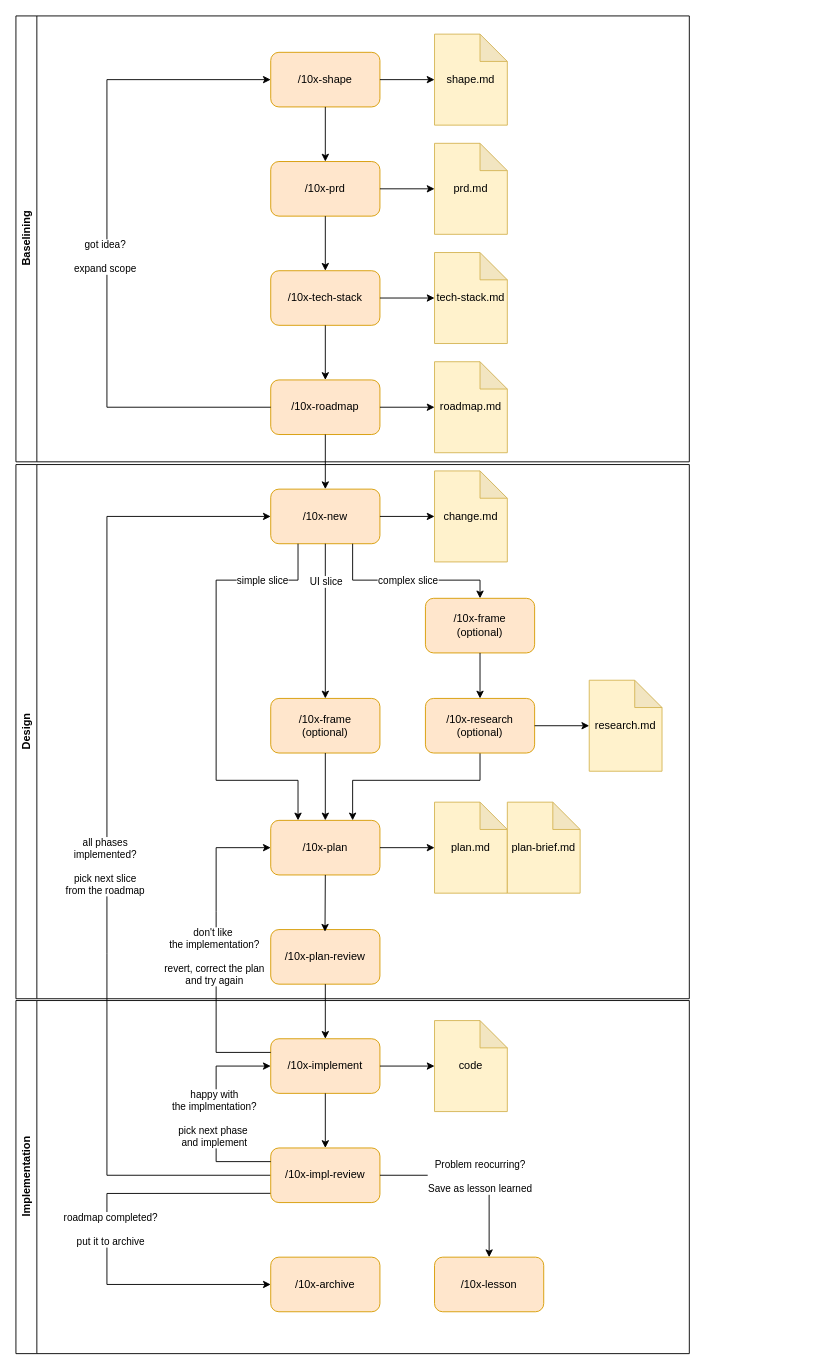
Before: docs/reference/skills flows.drawio in pdrozdowski/MilkyWayTrader, a draw.io diagram. Source tidied: cells renumbered, new cells numbered last; positions are measured from the earlier drawing's top-left corner, leaving out a move shared by most shapes. Both pictures are drawn from the tidied source at 91%, with x=0, y=0 at pixel (15, 15).
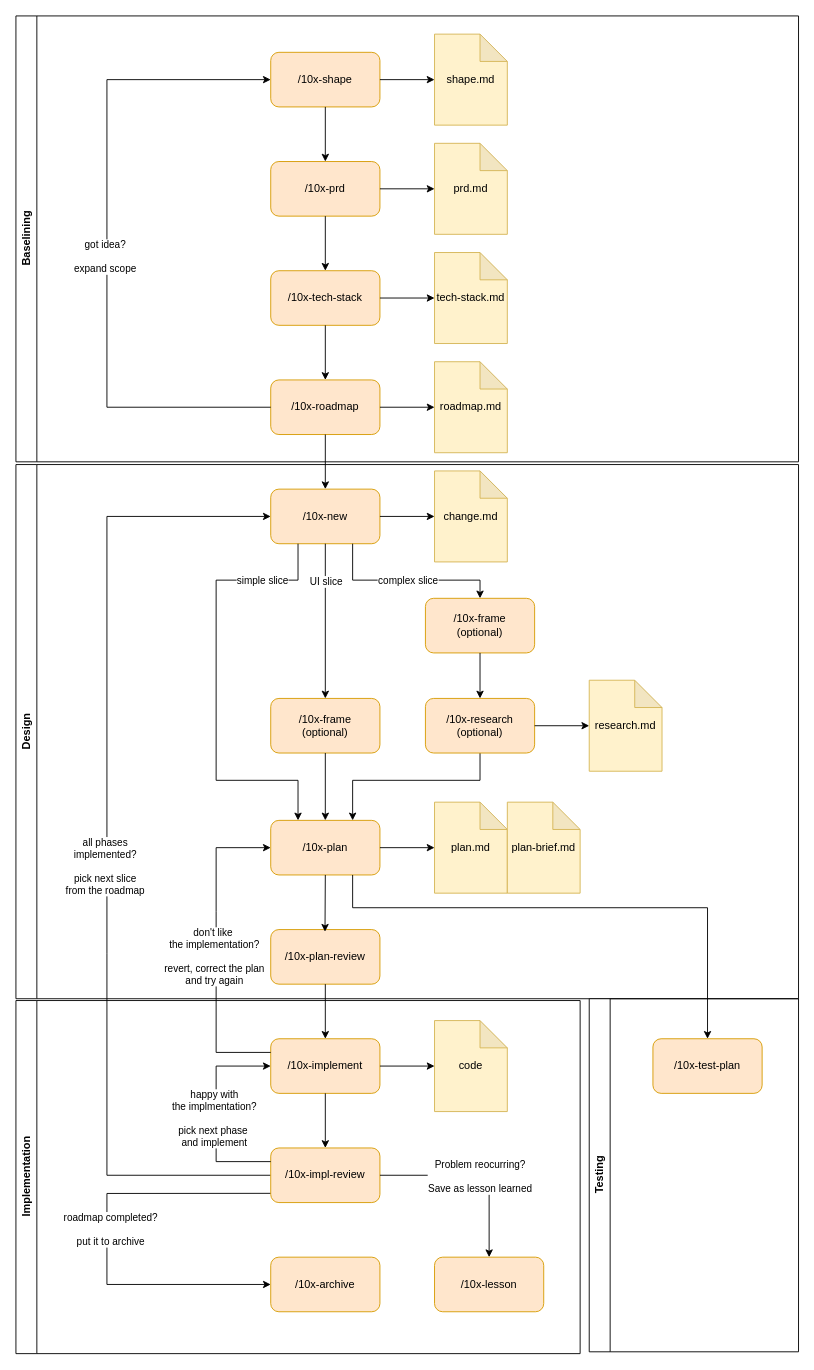
The same page after the edit.

Unchanged cells that the change refers to:
```xml
<mxCell id="20" value="/10x-plan" style="rounded=1;whiteSpace=wrap;html=1;fillColor=#ffe6cc;strokeColor=#d79b00;" parent="1" vertex="1">
  <mxGeometry x="280" y="884" width="120" height="60" as="geometry" />
</mxCell>
```

Change to the diagram source:
```diff
@@
     <mxCell id="53" value="Baselining" style="swimlane;horizontal=0;whiteSpace=wrap;html=1;" parent="1" vertex="1">
-      <mxGeometry width="740" height="490" as="geometry" />
+      <mxGeometry width="860" height="490" as="geometry" />
     </mxCell>
     <mxCell id="54" value="Design" style="swimlane;horizontal=0;whiteSpace=wrap;html=1;" parent="1" vertex="1">
-      <mxGeometry y="493" width="740" height="587" as="geometry" />
+      <mxGeometry y="493" width="860" height="587" as="geometry" />
     </mxCell>
@@
     <mxCell id="61" value="Implementation" style="swimlane;horizontal=0;whiteSpace=wrap;html=1;" parent="1" vertex="1">
-      <mxGeometry y="1082" width="740" height="388" as="geometry" />
+      <mxGeometry y="1082" width="620" height="388" as="geometry" />
     </mxCell>
@@
+    <mxCell id="65" style="endArrow=classic;html=1;rounded=0;exitX=0.75;exitY=1;exitDx=0;exitDy=0;entryX=0.5;entryY=0;entryDx=0;entryDy=0;" parent="1" edge="1" source="20" target="67">
+      <mxGeometry relative="1" as="geometry">
+        <Array as="points">
+          <mxPoint x="370" y="980" />
+          <mxPoint x="760" y="980" />
+        </Array>
+      </mxGeometry>
+    </mxCell>
+    <mxCell id="66" value="Testing" style="swimlane;horizontal=0;whiteSpace=wrap;html=1;" parent="1" vertex="1">
+      <mxGeometry x="630" y="1080" width="230" height="388" as="geometry" />
+    </mxCell>
+    <mxCell id="67" value="/10x-test-plan" style="rounded=1;whiteSpace=wrap;html=1;fillColor=#ffe6cc;strokeColor=#d79b00;" parent="66" vertex="1">
+      <mxGeometry x="70" y="44" width="120" height="60" as="geometry" />
+    </mxCell>
```
